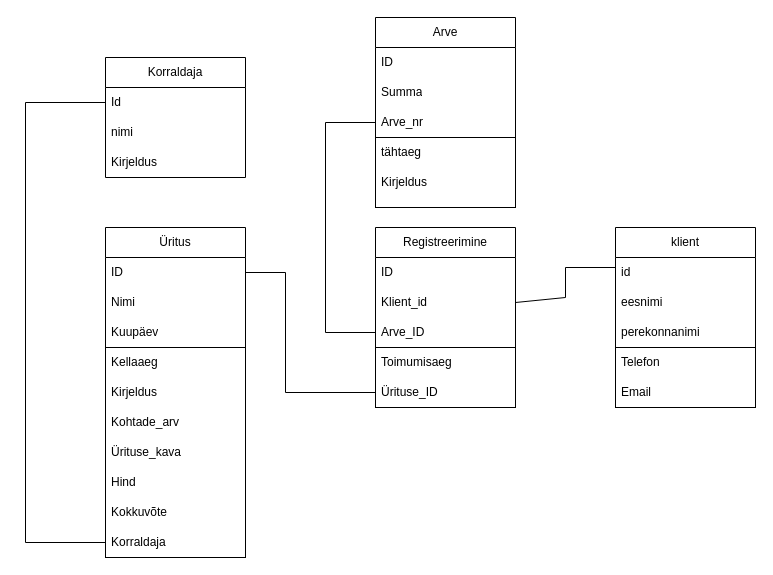
Before: tunnitöö.drawio in KSohkin/Programeerimine-II, a draw.io diagram. Source tidied: cells renumbered, new cells numbered last; positions are measured from the earlier drawing's top-left corner, leaving out a move shared by most shapes. Both pictures are drawn from the tidied source at 100%, with x=0, y=0 at pixel (25, 17).
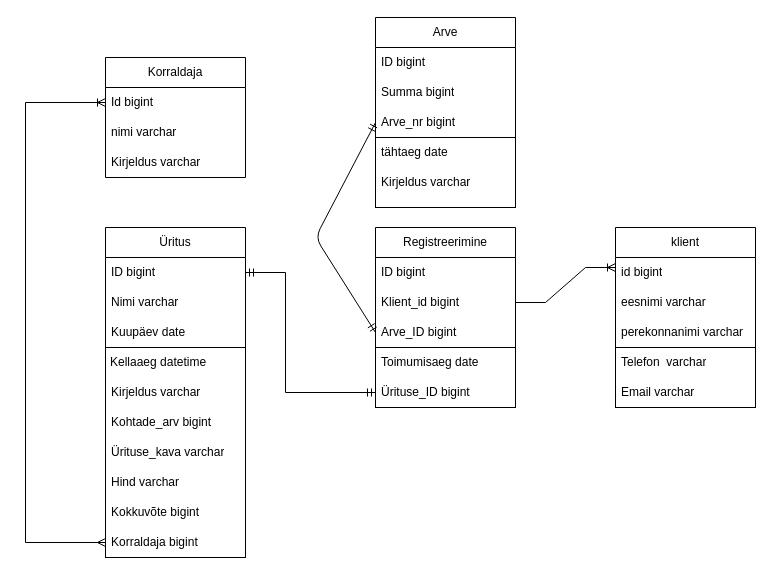
The same page after the edit.

Commit message:
Kaupo Sohkin tunnitöö.drawio

The change refers to these unchanged cells:
```xml
<mxCell id="2" value="Korraldaja" style="swimlane;fontStyle=0;horizontal=1;startSize=30;whiteSpace=wrap;html=1;" parent="1" vertex="1">
  <mxGeometry x="80" y="40" width="140" height="120" as="geometry" />
</mxCell>
<mxCell id="6" value="Arve" style="swimlane;fontStyle=0;horizontal=1;startSize=30;whiteSpace=wrap;html=1;" parent="1" vertex="1">
  <mxGeometry x="350" width="140" height="120" as="geometry" />
</mxCell>
<mxCell id="10" value="Üritus" style="swimlane;fontStyle=0;horizontal=1;startSize=30;whiteSpace=wrap;html=1;" parent="1" vertex="1">
  <mxGeometry x="80" y="210" width="140" height="120" as="geometry" />
</mxCell>
<mxCell id="14" value="Registreerimine" style="swimlane;fontStyle=0;horizontal=1;startSize=30;whiteSpace=wrap;html=1;" parent="1" vertex="1">
  <mxGeometry x="350" y="210" width="140" height="120" as="geometry" />
</mxCell>
<mxCell id="18" value="klient" style="swimlane;fontStyle=0;horizontal=1;startSize=30;whiteSpace=wrap;html=1;fillColor=none;" parent="1" vertex="1">
  <mxGeometry x="590" y="210" width="140" height="120" as="geometry" />
</mxCell>
```

What changed in the source:
```diff
@@
+    <mxCell id="42" style="rounded=0;whiteSpace=wrap;html=1;fillColor=none;" parent="1" vertex="1">
+      <mxGeometry x="350" y="120" width="140" height="70" as="geometry" />
+    </mxCell>
+    <mxCell id="41" style="rounded=0;whiteSpace=wrap;html=1;fillColor=none;" parent="1" vertex="1">
+      <mxGeometry x="590" y="330" width="140" height="60" as="geometry" />
+    </mxCell>
+    <mxCell id="40" style="rounded=0;whiteSpace=wrap;html=1;fillColor=none;" parent="1" vertex="1">
+      <mxGeometry x="350" y="330" width="140" height="60" as="geometry" />
+    </mxCell>
+    <mxCell id="39" style="rounded=0;whiteSpace=wrap;html=1;fillColor=none;" parent="1" vertex="1">
+      <mxGeometry x="80" y="330" width="140" height="210" as="geometry" />
+    </mxCell>
@@
-    <mxCell id="3" value="Id" style="text;strokeColor=none;fillColor=none;align=left;verticalAlign=middle;spacingLeft=4;spacingRight=4;overflow=hidden;points=[[0,0.5],[1,0.5]];portConstraint=eastwest;whiteSpace=wrap;html=1;" parent="2" vertex="1">
+    <mxCell id="3" value="&lt;span style=&quot;background-color: initial;&quot;&gt;Id bigint&lt;/span&gt;" style="text;strokeColor=none;fillColor=none;align=left;verticalAlign=middle;spacingLeft=4;spacingRight=4;overflow=hidden;points=[[0,0.5],[1,0.5]];portConstraint=eastwest;whiteSpace=wrap;html=1;" parent="2" vertex="1">
       <mxGeometry y="30" width="140" height="30" as="geometry" />
     </mxCell>
-    <mxCell id="4" value="nimi" style="text;strokeColor=none;fillColor=none;align=left;verticalAlign=middle;spacingLeft=4;spacingRight=4;overflow=hidden;whiteSpace=wrap;html=1;" parent="2" vertex="1">
+    <mxCell id="4" value="nimi varchar" style="text;strokeColor=none;fillColor=none;align=left;verticalAlign=middle;spacingLeft=4;spacingRight=4;overflow=hidden;whiteSpace=wrap;html=1;" parent="2" vertex="1">
       <mxGeometry y="60" width="140" height="30" as="geometry" />
     </mxCell>
-    <mxCell id="5" value="Kirjeldus" style="text;strokeColor=none;fillColor=none;align=left;verticalAlign=middle;spacingLeft=4;spacingRight=4;overflow=hidden;whiteSpace=wrap;html=1;" parent="2" vertex="1">
+    <mxCell id="5" value="Kirjeldus varchar" style="text;strokeColor=none;fillColor=none;align=left;verticalAlign=middle;spacingLeft=4;spacingRight=4;overflow=hidden;whiteSpace=wrap;html=1;" parent="2" vertex="1">
       <mxGeometry y="90" width="140" height="30" as="geometry" />
     </mxCell>
@@
-    <mxCell id="7" value="ID" style="text;strokeColor=none;fillColor=none;align=left;verticalAlign=middle;spacingLeft=4;spacingRight=4;overflow=hidden;whiteSpace=wrap;html=1;" parent="6" vertex="1">
+    <mxCell id="7" value="ID bigint" style="text;strokeColor=none;fillColor=none;align=left;verticalAlign=middle;spacingLeft=4;spacingRight=4;overflow=hidden;whiteSpace=wrap;html=1;" parent="6" vertex="1">
       <mxGeometry y="30" width="140" height="30" as="geometry" />
     </mxCell>
-    <mxCell id="8" value="Summa" style="text;strokeColor=none;fillColor=none;align=left;verticalAlign=middle;spacingLeft=4;spacingRight=4;overflow=hidden;whiteSpace=wrap;html=1;" parent="6" vertex="1">
+    <mxCell id="8" value="Summa bigint" style="text;strokeColor=none;fillColor=none;align=left;verticalAlign=middle;spacingLeft=4;spacingRight=4;overflow=hidden;whiteSpace=wrap;html=1;" parent="6" vertex="1">
       <mxGeometry y="60" width="140" height="30" as="geometry" />
     </mxCell>
-    <mxCell id="9" value="Arve_nr" style="text;strokeColor=none;fillColor=none;align=left;verticalAlign=middle;spacingLeft=4;spacingRight=4;overflow=hidden;points=[[0,0.5],[1,0.5]];portConstraint=eastwest;whiteSpace=wrap;html=1;" parent="6" vertex="1">
+    <mxCell id="9" value="Arve_nr bigint" style="text;strokeColor=none;fillColor=none;align=left;verticalAlign=middle;spacingLeft=4;spacingRight=4;overflow=hidden;points=[[0,0.5],[1,0.5]];portConstraint=eastwest;whiteSpace=wrap;html=1;" parent="6" vertex="1">
       <mxGeometry y="90" width="140" height="30" as="geometry" />
     </mxCell>
@@
-    <mxCell id="11" value="ID" style="text;strokeColor=none;fillColor=none;align=left;verticalAlign=middle;spacingLeft=4;spacingRight=4;overflow=hidden;points=[[0,0.5],[1,0.5]];portConstraint=eastwest;whiteSpace=wrap;html=1;" parent="10" vertex="1">
+    <mxCell id="11" value="ID bigint" style="text;strokeColor=none;fillColor=none;align=left;verticalAlign=middle;spacingLeft=4;spacingRight=4;overflow=hidden;points=[[0,0.5],[1,0.5]];portConstraint=eastwest;whiteSpace=wrap;html=1;" parent="10" vertex="1">
       <mxGeometry y="30" width="140" height="30" as="geometry" />
     </mxCell>
-    <mxCell id="12" value="Nimi" style="text;strokeColor=none;fillColor=none;align=left;verticalAlign=middle;spacingLeft=4;spacingRight=4;overflow=hidden;whiteSpace=wrap;html=1;" parent="10" vertex="1">
+    <mxCell id="12" value="Nimi varchar" style="text;strokeColor=none;fillColor=none;align=left;verticalAlign=middle;spacingLeft=4;spacingRight=4;overflow=hidden;whiteSpace=wrap;html=1;" parent="10" vertex="1">
       <mxGeometry y="60" width="140" height="30" as="geometry" />
     </mxCell>
-    <mxCell id="13" value="Kuupäev" style="text;strokeColor=none;fillColor=none;align=left;verticalAlign=middle;spacingLeft=4;spacingRight=4;overflow=hidden;whiteSpace=wrap;html=1;" parent="10" vertex="1">
+    <mxCell id="13" value="Kuupäev date" style="text;strokeColor=none;fillColor=none;align=left;verticalAlign=middle;spacingLeft=4;spacingRight=4;overflow=hidden;whiteSpace=wrap;html=1;" parent="10" vertex="1">
       <mxGeometry y="90" width="140" height="30" as="geometry" />
     </mxCell>
@@
-    <mxCell id="15" value="ID" style="text;strokeColor=none;fillColor=none;align=left;verticalAlign=middle;spacingLeft=4;spacingRight=4;overflow=hidden;whiteSpace=wrap;html=1;" parent="14" vertex="1">
+    <mxCell id="15" value="ID bigint" style="text;strokeColor=none;fillColor=none;align=left;verticalAlign=middle;spacingLeft=4;spacingRight=4;overflow=hidden;whiteSpace=wrap;html=1;" parent="14" vertex="1">
       <mxGeometry y="30" width="140" height="30" as="geometry" />
     </mxCell>
-    <mxCell id="16" value="Klient_id" style="text;strokeColor=none;fillColor=none;align=left;verticalAlign=middle;spacingLeft=4;spacingRight=4;overflow=hidden;points=[[0,0.5],[1,0.5]];portConstraint=eastwest;whiteSpace=wrap;html=1;" parent="14" vertex="1">
+    <mxCell id="16" value="Klient_id bigint" style="text;strokeColor=none;fillColor=none;align=left;verticalAlign=middle;spacingLeft=4;spacingRight=4;overflow=hidden;points=[[0,0.5],[1,0.5]];portConstraint=eastwest;whiteSpace=wrap;html=1;" parent="14" vertex="1">
       <mxGeometry y="60" width="140" height="30" as="geometry" />
     </mxCell>
-    <mxCell id="17" value="Arve_ID" style="text;strokeColor=none;fillColor=none;align=left;verticalAlign=middle;spacingLeft=4;spacingRight=4;overflow=hidden;points=[[0,0.5],[1,0.5]];portConstraint=eastwest;whiteSpace=wrap;html=1;" parent="14" vertex="1">
+    <mxCell id="17" value="Arve_ID bigint&amp;nbsp;" style="text;strokeColor=none;fillColor=none;align=left;verticalAlign=middle;spacingLeft=4;spacingRight=4;overflow=hidden;points=[[0,0.5],[1,0.5]];portConstraint=eastwest;whiteSpace=wrap;html=1;" parent="14" vertex="1">
       <mxGeometry y="90" width="140" height="30" as="geometry" />
     </mxCell>
@@
-    <mxCell id="19" value="id" style="text;strokeColor=none;fillColor=none;align=left;verticalAlign=middle;spacingLeft=4;spacingRight=4;overflow=hidden;whiteSpace=wrap;html=1;" parent="18" vertex="1">
+    <mxCell id="19" value="id bigint" style="text;strokeColor=none;fillColor=none;align=left;verticalAlign=middle;spacingLeft=4;spacingRight=4;overflow=hidden;whiteSpace=wrap;html=1;" parent="18" vertex="1">
       <mxGeometry y="30" width="140" height="30" as="geometry" />
     </mxCell>
-    <mxCell id="20" value="eesnimi" style="text;strokeColor=none;fillColor=none;align=left;verticalAlign=middle;spacingLeft=4;spacingRight=4;overflow=hidden;whiteSpace=wrap;html=1;" parent="18" vertex="1">
+    <mxCell id="20" value="eesnimi varchar" style="text;strokeColor=none;fillColor=none;align=left;verticalAlign=middle;spacingLeft=4;spacingRight=4;overflow=hidden;whiteSpace=wrap;html=1;" parent="18" vertex="1">
       <mxGeometry y="60" width="140" height="30" as="geometry" />
     </mxCell>
-    <mxCell id="21" value="perekonnanimi" style="text;strokeColor=none;fillColor=none;align=left;verticalAlign=middle;spacingLeft=4;spacingRight=4;overflow=hidden;whiteSpace=wrap;html=1;" parent="18" vertex="1">
+    <mxCell id="21" value="perekonnanimi varchar" style="text;strokeColor=none;fillColor=none;align=left;verticalAlign=middle;spacingLeft=4;spacingRight=4;overflow=hidden;whiteSpace=wrap;html=1;" parent="18" vertex="1">
       <mxGeometry y="90" width="140" height="30" as="geometry" />
     </mxCell>
-    <mxCell id="22" value="Telefon" style="text;strokeColor=none;fillColor=none;align=left;verticalAlign=middle;spacingLeft=4;spacingRight=4;overflow=hidden;whiteSpace=wrap;html=1;" parent="1" vertex="1">
+    <mxCell id="22" value="Telefon&amp;nbsp; varchar" style="text;strokeColor=none;fillColor=none;align=left;verticalAlign=middle;spacingLeft=4;spacingRight=4;overflow=hidden;whiteSpace=wrap;html=1;" parent="1" vertex="1">
       <mxGeometry x="590" y="330" width="140" height="30" as="geometry" />
     </mxCell>
-    <mxCell id="23" value="Email" style="text;strokeColor=none;fillColor=none;align=left;verticalAlign=middle;spacingLeft=4;spacingRight=4;overflow=hidden;whiteSpace=wrap;html=1;" parent="1" vertex="1">
+    <mxCell id="23" value="Email varchar" style="text;strokeColor=none;fillColor=none;align=left;verticalAlign=middle;spacingLeft=4;spacingRight=4;overflow=hidden;whiteSpace=wrap;html=1;" parent="1" vertex="1">
       <mxGeometry x="590" y="360" width="140" height="30" as="geometry" />
     </mxCell>
-    <mxCell id="24" value="Toimumisaeg" style="text;strokeColor=none;fillColor=none;align=left;verticalAlign=middle;spacingLeft=4;spacingRight=4;overflow=hidden;whiteSpace=wrap;html=1;" parent="1" vertex="1">
+    <mxCell id="24" value="Toimumisaeg date" style="text;strokeColor=none;fillColor=none;align=left;verticalAlign=middle;spacingLeft=4;spacingRight=4;overflow=hidden;whiteSpace=wrap;html=1;" parent="1" vertex="1">
       <mxGeometry x="350" y="330" width="140" height="30" as="geometry" />
     </mxCell>
-    <mxCell id="25" value="Ürituse_ID" style="text;strokeColor=none;fillColor=none;align=left;verticalAlign=middle;spacingLeft=4;spacingRight=4;overflow=hidden;points=[[0,0.5],[1,0.5]];portConstraint=eastwest;whiteSpace=wrap;html=1;" parent="1" vertex="1">
+    <mxCell id="25" value="Ürituse_ID bigint" style="text;strokeColor=none;fillColor=none;align=left;verticalAlign=middle;spacingLeft=4;spacingRight=4;overflow=hidden;points=[[0,0.5],[1,0.5]];portConstraint=eastwest;whiteSpace=wrap;html=1;" parent="1" vertex="1">
       <mxGeometry x="350" y="360" width="140" height="30" as="geometry" />
     </mxCell>
-    <mxCell id="26" value="Kellaaeg" style="text;strokeColor=none;fillColor=none;align=left;verticalAlign=middle;spacingLeft=4;spacingRight=4;overflow=hidden;whiteSpace=wrap;html=1;" parent="1" vertex="1">
-      <mxGeometry x="80" y="330" width="140" height="30" as="geometry" />
+    <mxCell id="26" value="Kellaaeg datetime" style="text;strokeColor=none;fillColor=none;align=left;verticalAlign=middle;spacingLeft=4;spacingRight=4;overflow=hidden;whiteSpace=wrap;html=1;" parent="1" vertex="1">
+      <mxGeometry x="79" y="330" width="140" height="30" as="geometry" />
     </mxCell>
-    <mxCell id="27" value="Kirjeldus" style="text;strokeColor=none;fillColor=none;align=left;verticalAlign=middle;spacingLeft=4;spacingRight=4;overflow=hidden;whiteSpace=wrap;html=1;" parent="1" vertex="1">
+    <mxCell id="27" value="Kirjeldus varchar" style="text;strokeColor=none;fillColor=none;align=left;verticalAlign=middle;spacingLeft=4;spacingRight=4;overflow=hidden;whiteSpace=wrap;html=1;" parent="1" vertex="1">
       <mxGeometry x="80" y="360" width="140" height="30" as="geometry" />
     </mxCell>
-    <mxCell id="28" value="Kohtade_arv" style="text;strokeColor=none;fillColor=none;align=left;verticalAlign=middle;spacingLeft=4;spacingRight=4;overflow=hidden;whiteSpace=wrap;html=1;" parent="1" vertex="1">
+    <mxCell id="28" value="Kohtade_arv bigint" style="text;strokeColor=none;fillColor=none;align=left;verticalAlign=middle;spacingLeft=4;spacingRight=4;overflow=hidden;whiteSpace=wrap;html=1;" parent="1" vertex="1">
       <mxGeometry x="80" y="390" width="140" height="30" as="geometry" />
     </mxCell>
-    <mxCell id="29" value="Ürituse_kava" style="text;strokeColor=none;fillColor=none;align=left;verticalAlign=middle;spacingLeft=4;spacingRight=4;overflow=hidden;whiteSpace=wrap;html=1;" parent="1" vertex="1">
+    <mxCell id="29" value="Ürituse_kava varchar" style="text;strokeColor=none;fillColor=none;align=left;verticalAlign=middle;spacingLeft=4;spacingRight=4;overflow=hidden;whiteSpace=wrap;html=1;" parent="1" vertex="1">
       <mxGeometry x="80" y="420" width="140" height="30" as="geometry" />
     </mxCell>
-    <mxCell id="30" value="Hind" style="text;strokeColor=none;fillColor=none;align=left;verticalAlign=middle;spacingLeft=4;spacingRight=4;overflow=hidden;whiteSpace=wrap;html=1;" parent="1" vertex="1">
+    <mxCell id="30" value="Hind varchar" style="text;strokeColor=none;fillColor=none;align=left;verticalAlign=middle;spacingLeft=4;spacingRight=4;overflow=hidden;whiteSpace=wrap;html=1;" parent="1" vertex="1">
       <mxGeometry x="80" y="450" width="140" height="30" as="geometry" />
     </mxCell>
-    <mxCell id="31" value="Kokkuvõte" style="text;strokeColor=none;fillColor=none;align=left;verticalAlign=middle;spacingLeft=4;spacingRight=4;overflow=hidden;whiteSpace=wrap;html=1;" parent="1" vertex="1">
+    <mxCell id="31" value="Kokkuvõte bigint" style="text;strokeColor=none;fillColor=none;align=left;verticalAlign=middle;spacingLeft=4;spacingRight=4;overflow=hidden;whiteSpace=wrap;html=1;" parent="1" vertex="1">
       <mxGeometry x="80" y="480" width="140" height="30" as="geometry" />
     </mxCell>
-    <mxCell id="32" value="Korraldaja" style="text;strokeColor=none;fillColor=none;align=left;verticalAlign=middle;spacingLeft=4;spacingRight=4;overflow=hidden;points=[[0,0.5],[1,0.5]];portConstraint=eastwest;whiteSpace=wrap;html=1;" parent="1" vertex="1">
+    <mxCell id="32" value="Korraldaja bigint" style="text;strokeColor=none;fillColor=none;align=left;verticalAlign=middle;spacingLeft=4;spacingRight=4;overflow=hidden;points=[[0,0.5],[1,0.5]];portConstraint=eastwest;whiteSpace=wrap;html=1;" parent="1" vertex="1">
       <mxGeometry x="80" y="510" width="140" height="30" as="geometry" />
     </mxCell>
-    <mxCell id="33" value="tähtaeg" style="text;strokeColor=none;fillColor=none;align=left;verticalAlign=middle;spacingLeft=4;spacingRight=4;overflow=hidden;whiteSpace=wrap;html=1;" parent="1" vertex="1">
+    <mxCell id="33" value="tähtaeg date" style="text;strokeColor=none;fillColor=none;align=left;verticalAlign=middle;spacingLeft=4;spacingRight=4;overflow=hidden;whiteSpace=wrap;html=1;" parent="1" vertex="1">
       <mxGeometry x="350" y="120" width="140" height="30" as="geometry" />
     </mxCell>
-    <mxCell id="34" value="Kirjeldus" style="text;strokeColor=none;fillColor=none;align=left;verticalAlign=middle;spacingLeft=4;spacingRight=4;overflow=hidden;whiteSpace=wrap;html=1;" parent="1" vertex="1">
+    <mxCell id="34" value="Kirjeldus varchar" style="text;strokeColor=none;fillColor=none;align=left;verticalAlign=middle;spacingLeft=4;spacingRight=4;overflow=hidden;whiteSpace=wrap;html=1;" parent="1" vertex="1">
       <mxGeometry x="350" y="150" width="140" height="30" as="geometry" />
     </mxCell>
-    <mxCell id="35" style="endArrow=none;html=1;rounded=0;exitX=1;exitY=0.5;exitDx=0;exitDy=0;" parent="1" edge="1" source="16">
-      <mxGeometry relative="1" as="geometry">
-        <mxPoint x="590" y="250" as="targetPoint" />
-        <Array as="points">
-          <mxPoint x="540" y="280" />
-          <mxPoint x="540" y="250" />
-        </Array>
-      </mxGeometry>
-    </mxCell>
-    <mxCell id="36" style="endArrow=none;html=1;rounded=0;entryX=0;entryY=0.5;entryDx=0;entryDy=0;exitX=0;exitY=0.5;exitDx=0;exitDy=0;" parent="1" edge="1" source="9" target="17">
-      <mxGeometry relative="1" as="geometry">
-        <Array as="points">
-          <mxPoint x="300" y="105" />
-          <mxPoint x="300" y="315" />
-        </Array>
-      </mxGeometry>
-    </mxCell>
-    <mxCell id="37" style="endArrow=none;html=1;rounded=0;entryX=0;entryY=0.5;entryDx=0;entryDy=0;exitX=1;exitY=0.5;exitDx=0;exitDy=0;" parent="1" edge="1" source="11" target="25">
+    <mxCell id="37" style="endArrow=ERmandOne;html=1;rounded=0;entryX=0;entryY=0.5;entryDx=0;entryDy=0;exitX=1;exitY=0.5;exitDx=0;exitDy=0;startArrow=ERmandOne;startFill=0;endFill=0;" parent="1" edge="1" source="11" target="25">
       <mxGeometry relative="1" as="geometry">
         <Array as="points">
           <mxPoint x="260" y="255" />
           <mxPoint x="260" y="375" />
         </Array>
       </mxGeometry>
     </mxCell>
-    <mxCell id="38" style="endArrow=none;html=1;rounded=0;entryX=0;entryY=0.5;entryDx=0;entryDy=0;exitX=0;exitY=0.5;exitDx=0;exitDy=0;" parent="1" edge="1" source="3" target="32">
+    <mxCell id="38" style="endArrow=ERmany;html=1;rounded=0;entryX=0;entryY=0.5;entryDx=0;entryDy=0;exitX=0;exitY=0.5;exitDx=0;exitDy=0;startArrow=ERoneToMany;startFill=0;endFill=0;" parent="1" edge="1" source="3" target="32">
       <mxGeometry relative="1" as="geometry">
         <Array as="points">
           <mxPoint y="85" />
           <mxPoint y="525" />
         </Array>
       </mxGeometry>
     </mxCell>
-    <mxCell id="39" style="rounded=0;whiteSpace=wrap;html=1;fillColor=none;" parent="1" vertex="1">
-      <mxGeometry x="80" y="330" width="140" height="210" as="geometry" />
-    </mxCell>
-    <mxCell id="40" style="rounded=0;whiteSpace=wrap;html=1;fillColor=none;" parent="1" vertex="1">
-      <mxGeometry x="350" y="330" width="140" height="60" as="geometry" />
-    </mxCell>
-    <mxCell id="41" style="rounded=0;whiteSpace=wrap;html=1;fillColor=none;" parent="1" vertex="1">
-      <mxGeometry x="590" y="330" width="140" height="60" as="geometry" />
-    </mxCell>
-    <mxCell id="42" style="rounded=0;whiteSpace=wrap;html=1;fillColor=none;" parent="1" vertex="1">
-      <mxGeometry x="350" y="120" width="140" height="70" as="geometry" />
-    </mxCell>
+    <mxCell id="43" style="edgeStyle=entityRelationEdgeStyle;fontSize=12;html=1;endArrow=ERoneToMany;rounded=0;exitX=1;exitY=0.5;exitDx=0;exitDy=0;" parent="1" edge="1" source="16">
+      <mxGeometry relative="1" as="geometry">
+        <mxPoint x="590" y="250" as="targetPoint" />
+      </mxGeometry>
+    </mxCell>
+    <mxCell id="44" style="fontSize=12;html=1;endArrow=ERmandOne;startArrow=ERmandOne;rounded=1;entryX=0;entryY=0.5;entryDx=0;entryDy=0;exitX=0;exitY=0.5;exitDx=0;exitDy=0;" parent="1" edge="1" source="17" target="9">
+      <mxGeometry relative="1" as="geometry">
+        <Array as="points">
+          <mxPoint x="290" y="220" />
+        </Array>
+      </mxGeometry>
+    </mxCell>
```
